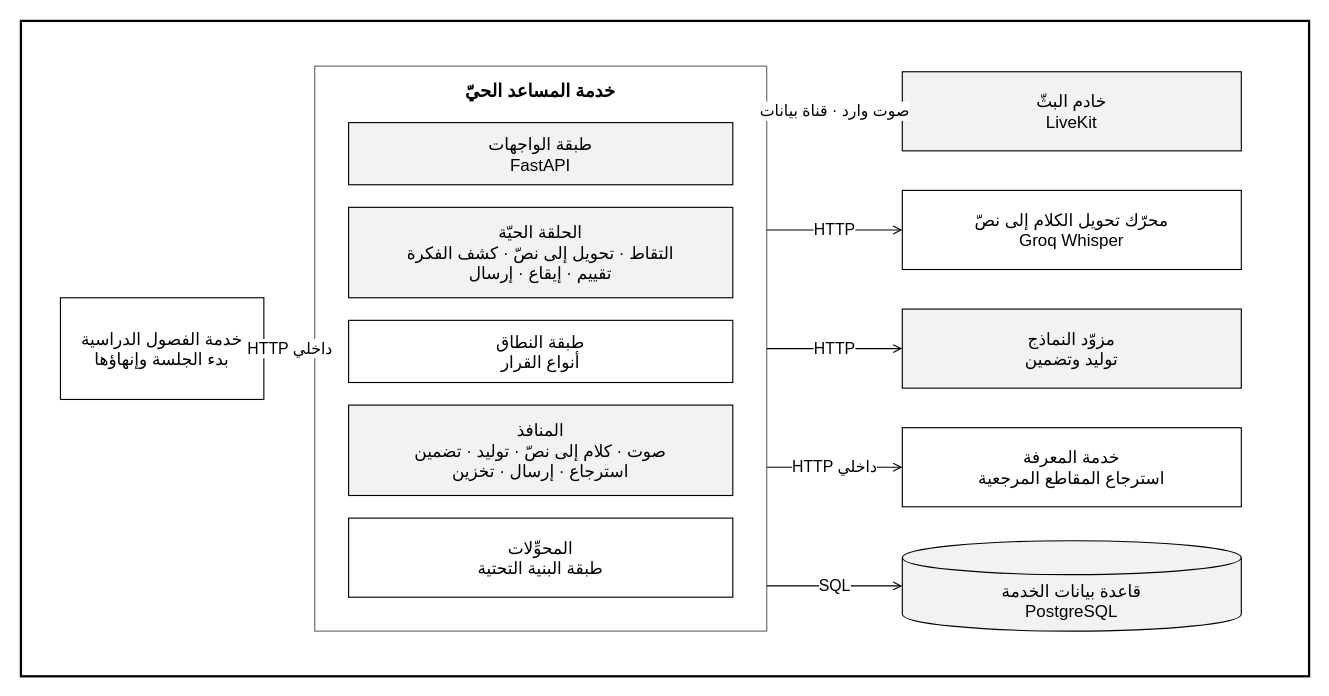
Before: docs/report/diagrams/drawio/comp-06-live-assistant.drawio in JafarMahmood123/IntelliLect, a draw.io diagram. Source tidied: cells renumbered, new cells numbered last; positions are measured from the earlier drawing's top-left corner, leaving out a move shared by most shapes. Both pictures are drawn from the tidied source at 113%, with x=0, y=0 at pixel (20, 20).
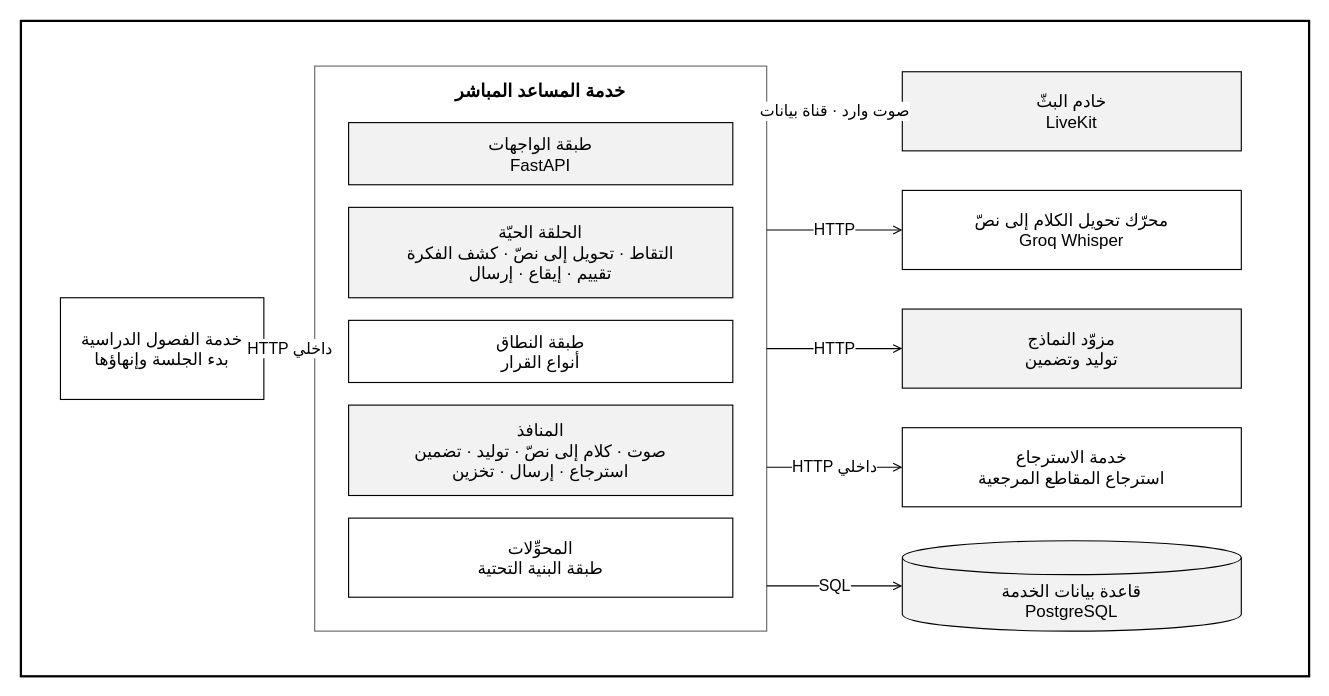
After the change.

The edit, as a diff of the source:
```diff
@@
-    <mxCell id="4" value="خدمة المساعد الحيّ" style="rounded=0;whiteSpace=wrap;html=1;fillColor=none;strokeColor=#666666;verticalAlign=top;fontSize=16;fontStyle=1;spacingTop=6;" parent="1" vertex="1">
+    <mxCell id="4" value="خدمة المساعد المباشر" style="rounded=0;whiteSpace=wrap;html=1;fillColor=none;strokeColor=#666666;verticalAlign=top;fontSize=16;fontStyle=1;spacingTop=6;" parent="1" vertex="1">
       <mxGeometry x="260" y="40" width="400" height="500" as="geometry" />
     </mxCell>
@@
-    <mxCell id="13" value="خدمة المعرفة&lt;br&gt;استرجاع المقاطع المرجعية" style="rounded=0;whiteSpace=wrap;html=1;fillColor=#FFFFFF;strokeColor=#000000;fontSize=15;" parent="1" vertex="1">
+    <mxCell id="13" value="خدمة الاسترجاع&lt;br&gt;استرجاع المقاطع المرجعية" style="rounded=0;whiteSpace=wrap;html=1;fillColor=#FFFFFF;strokeColor=#000000;fontSize=15;" parent="1" vertex="1">
       <mxGeometry x="780" y="360" width="300" height="70" as="geometry" />
     </mxCell>
```
